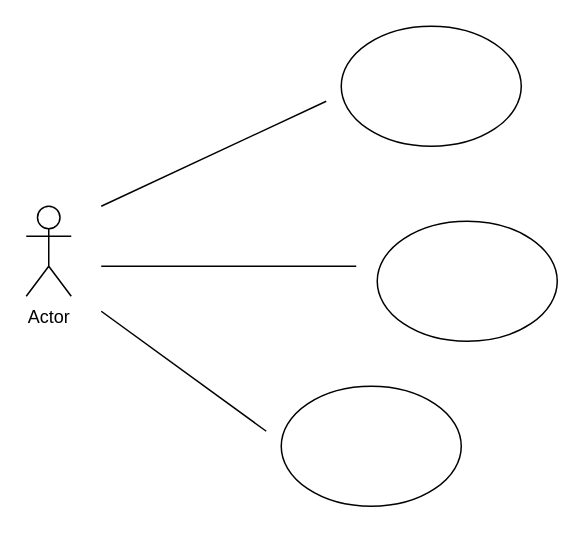
This is Untitled Diagram.drawio from appmoovifast/Documentacao, a draw.io file, before an edit. Source tidied: cells renumbered, new cells numbered last; positions are measured from the earlier drawing's top-left corner, leaving out a move shared by most shapes. Both pictures are drawn from the tidied source at 150%, with x=0, y=0 at pixel (26, 26).
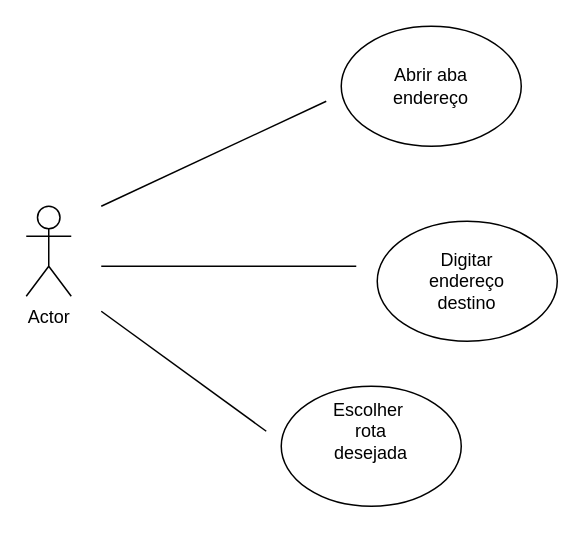
The same page after the edit.

Commit message:
caso de uso - rota alternativa.drawio

Change to the diagram source:
```diff
@@
 <mxGraphModel>
   <root>
     <mxCell id="0" />
     <mxCell id="1" parent="0" />
     <mxCell id="2" value="Actor" style="shape=umlActor;verticalLabelPosition=bottom;verticalAlign=top;html=1;" parent="1" vertex="1">
       <mxGeometry y="120" width="30" height="60" as="geometry" />
     </mxCell>
     <mxCell id="3" style="ellipse;whiteSpace=wrap;html=1;" parent="1" vertex="1">
       <mxGeometry x="210" width="120" height="80" as="geometry" />
     </mxCell>
     <mxCell id="4" style="ellipse;whiteSpace=wrap;html=1;" parent="1" vertex="1">
       <mxGeometry x="234" y="130" width="120" height="80" as="geometry" />
     </mxCell>
     <mxCell id="5" style="ellipse;whiteSpace=wrap;html=1;" parent="1" vertex="1">
       <mxGeometry x="170" y="240" width="120" height="80" as="geometry" />
     </mxCell>
     <mxCell id="6" style="endArrow=none;html=1;" parent="1" edge="1">
       <mxGeometry relative="1" as="geometry">
         <mxPoint x="50" y="120" as="sourcePoint" />
         <mxPoint x="200" y="50" as="targetPoint" />
       </mxGeometry>
     </mxCell>
     <mxCell id="7" style="endArrow=none;html=1;" parent="1" edge="1">
       <mxGeometry relative="1" as="geometry">
         <mxPoint x="50" y="160" as="sourcePoint" />
         <mxPoint x="220" y="160" as="targetPoint" />
       </mxGeometry>
     </mxCell>
     <mxCell id="8" style="endArrow=none;html=1;" parent="1" edge="1">
       <mxGeometry relative="1" as="geometry">
         <mxPoint x="50" y="190" as="sourcePoint" />
         <mxPoint x="160" y="270" as="targetPoint" />
       </mxGeometry>
     </mxCell>
+    <mxCell id="9" value="Digitar endereço destino" style="text;html=1;strokeColor=none;fillColor=none;align=center;verticalAlign=middle;whiteSpace=wrap;rounded=0;" parent="1" vertex="1">
+      <mxGeometry x="274" y="160" width="40" height="20" as="geometry" />
+    </mxCell>
+    <mxCell id="10" value="Abrir aba endereço" style="text;html=1;strokeColor=none;fillColor=none;align=center;verticalAlign=middle;whiteSpace=wrap;rounded=0;" parent="1" vertex="1">
+      <mxGeometry x="250" y="30" width="40" height="20" as="geometry" />
+    </mxCell>
+    <mxCell id="11" value="Escolher&amp;nbsp; rota desejada" style="text;html=1;strokeColor=none;fillColor=none;align=center;verticalAlign=middle;whiteSpace=wrap;rounded=0;" parent="1" vertex="1">
+      <mxGeometry x="210" y="260" width="40" height="20" as="geometry" />
+    </mxCell>
   </root>
 </mxGraphModel>
```
